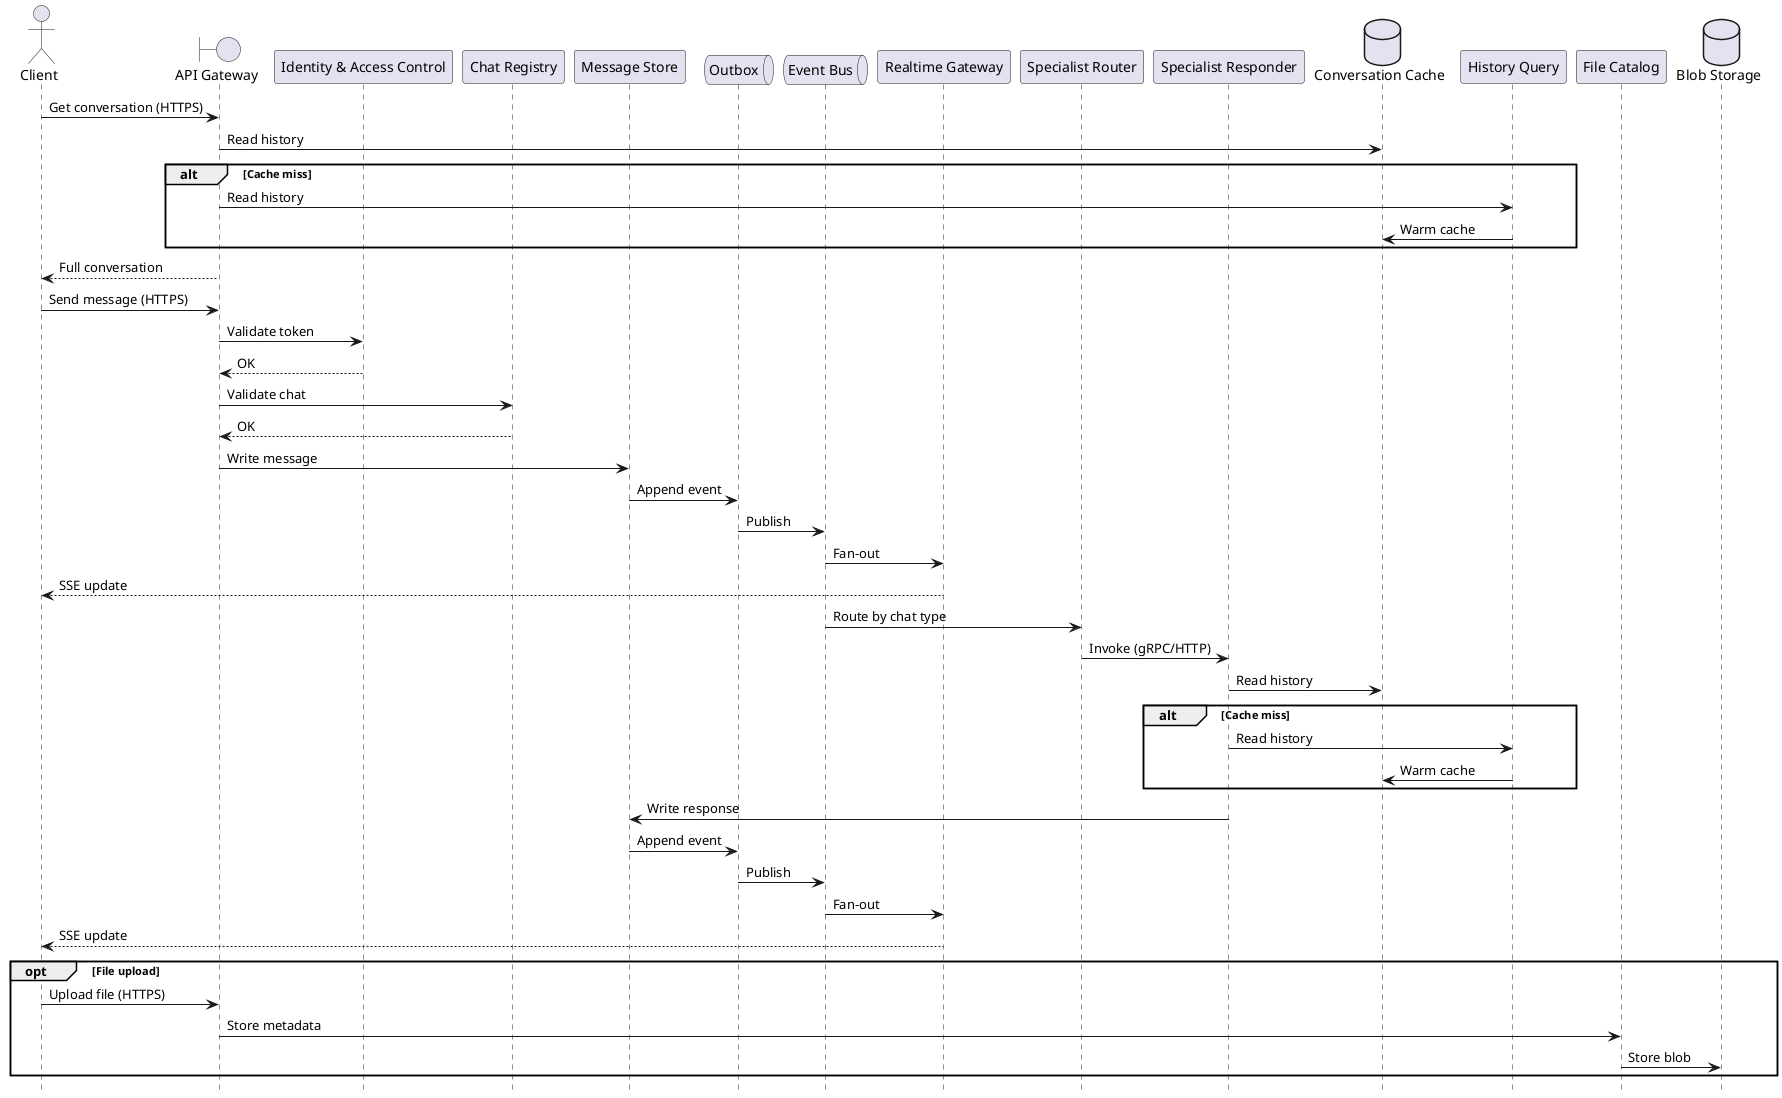
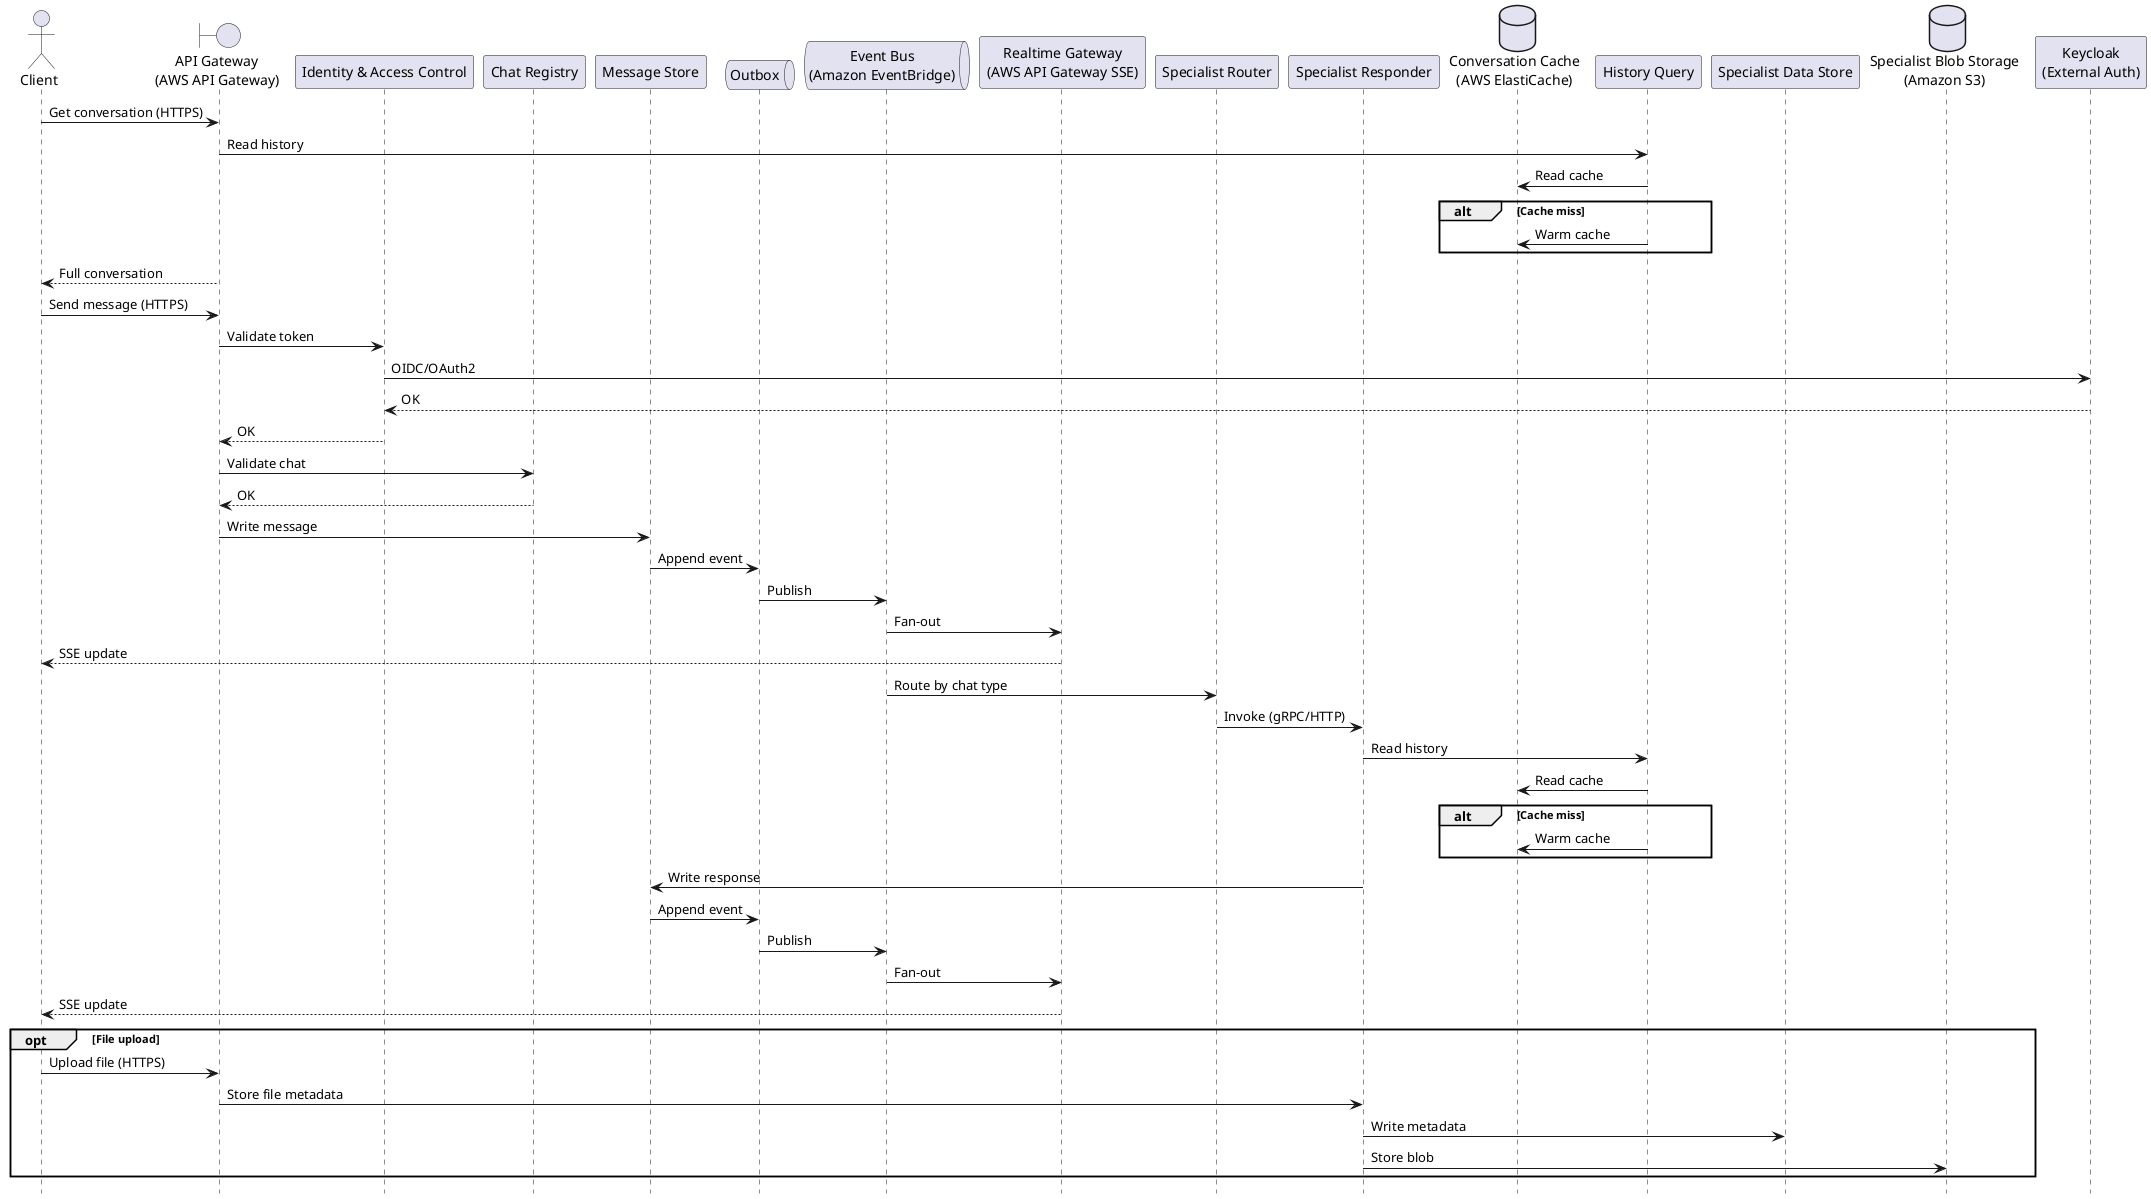
@startuml
hide footbox

actor Client
- boundary "API Gateway" as APIGW
+ boundary "API Gateway\n(AWS API Gateway)" as APIGW
participant "Identity & Access Control" as IAM
participant "Chat Registry" as ChatReg
participant "Message Store" as MsgStore
queue "Outbox" as Outbox
- queue "Event Bus" as EventBus
- participant "Realtime Gateway" as RTGW
+ queue "Event Bus\n(Amazon EventBridge)" as EventBus
+ participant "Realtime Gateway\n(AWS API Gateway SSE)" as RTGW
participant "Specialist Router" as Router
participant "Specialist Responder" as Specialist
- database "Conversation Cache" as Cache
+ database "Conversation Cache\n(AWS ElastiCache)" as Cache
participant "History Query" as History
- participant "File Catalog" as FileCat
- database "Blob Storage" as Blob
+ participant "Specialist Data Store" as SpecDB
+ database "Specialist Blob Storage\n(Amazon S3)" as SpecBlob
+ 
+ participant "Keycloak\n(External Auth)" as Keycloak

Client -> APIGW : Get conversation (HTTPS)
- APIGW -> Cache : Read history
+ APIGW -> History : Read history
+ History -> Cache : Read cache
alt Cache miss
-   APIGW -> History : Read history
  History -> Cache : Warm cache
end
APIGW --> Client : Full conversation

Client -> APIGW : Send message (HTTPS)
APIGW -> IAM : Validate token
+ IAM -> Keycloak : OIDC/OAuth2
+ Keycloak --> IAM : OK
IAM --> APIGW : OK
APIGW -> ChatReg : Validate chat
ChatReg --> APIGW : OK
APIGW -> MsgStore : Write message
MsgStore -> Outbox : Append event
Outbox -> EventBus : Publish
EventBus -> RTGW : Fan-out
RTGW --> Client : SSE update

EventBus -> Router : Route by chat type
Router -> Specialist : Invoke (gRPC/HTTP)

- Specialist -> Cache : Read history
+ Specialist -> History : Read history
+ History -> Cache : Read cache
alt Cache miss
-   Specialist -> History : Read history
  History -> Cache : Warm cache
end
Specialist -> MsgStore : Write response
MsgStore -> Outbox : Append event
Outbox -> EventBus : Publish
EventBus -> RTGW : Fan-out
RTGW --> Client : SSE update

opt File upload
  Client -> APIGW : Upload file (HTTPS)
-   APIGW -> FileCat : Store metadata
-   FileCat -> Blob : Store blob
+   APIGW -> Specialist : Store file metadata
+   Specialist -> SpecDB : Write metadata
+   Specialist -> SpecBlob : Store blob
end

@enduml
